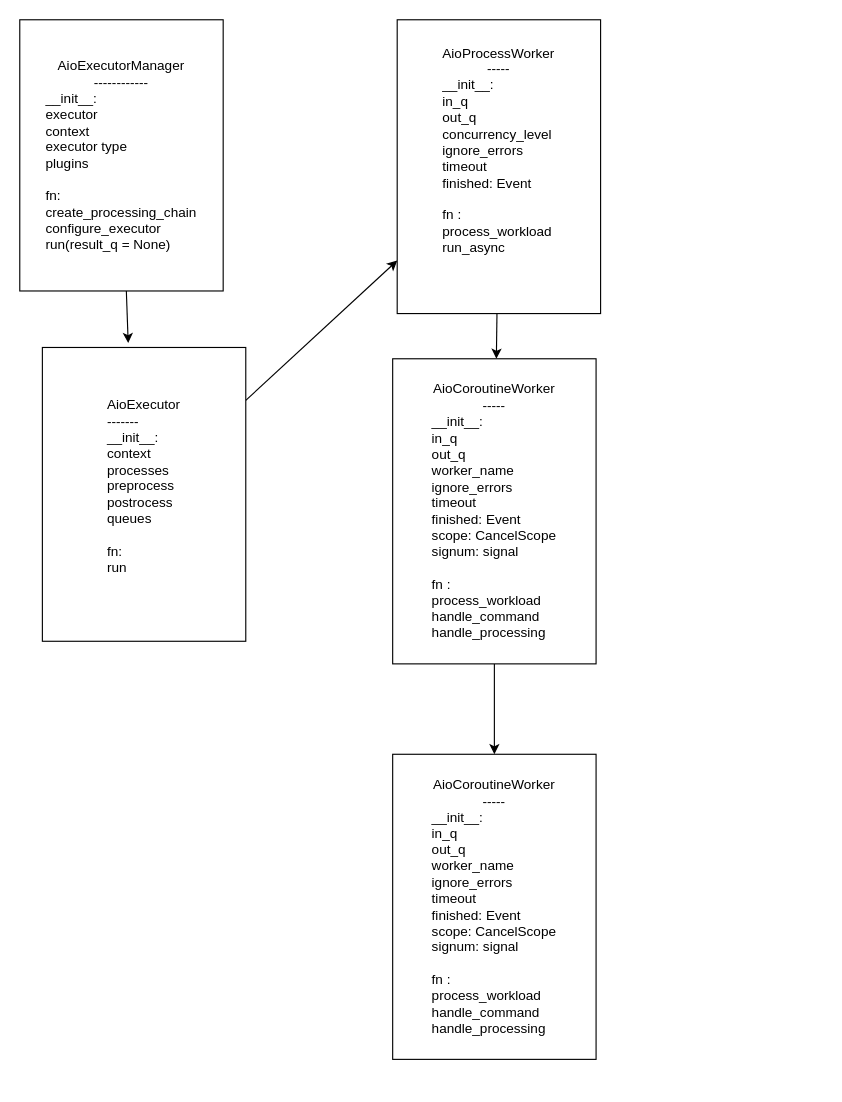
rostykob/concurrio keeps this draw.io diagram as architechture.drawio. Above is the earlier version. Source tidied: cells renumbered, new cells numbered last; positions are measured from the earlier drawing's top-left corner, leaving out a move shared by most shapes. Both pictures are drawn from the tidied source at 113%, with x=0, y=0 at pixel (19, 19).
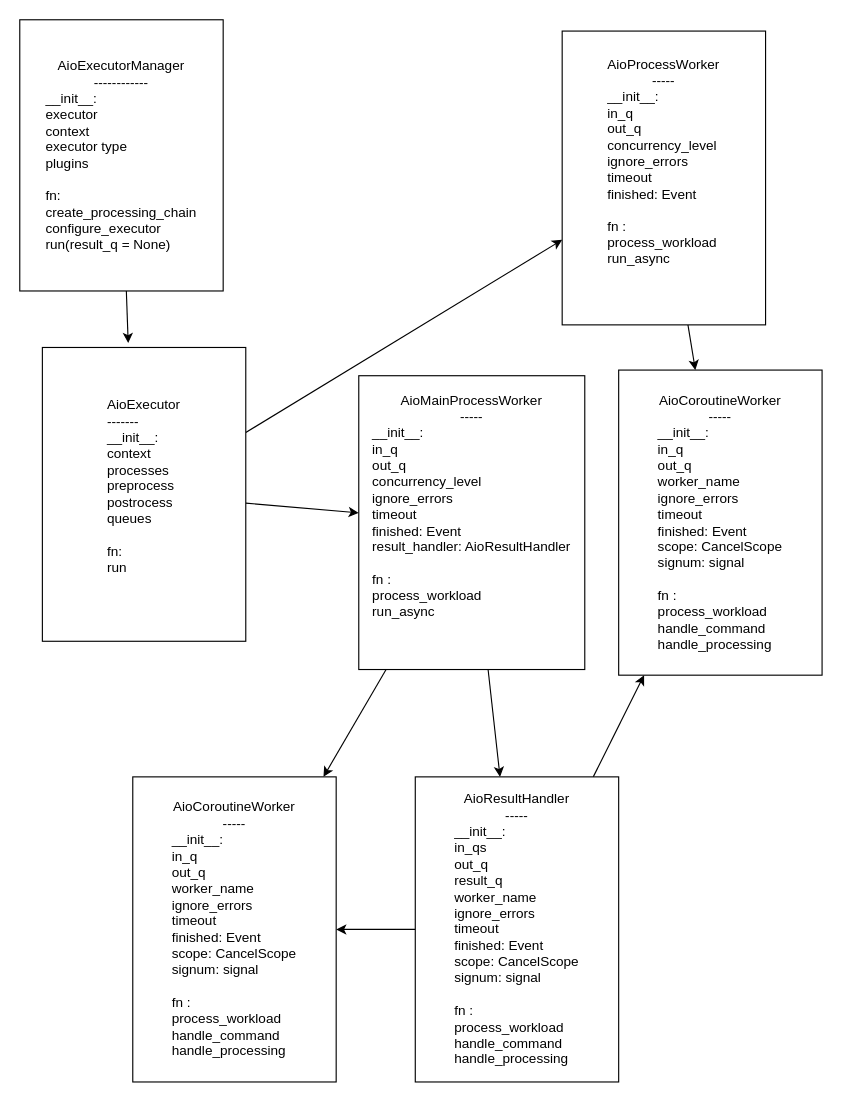
Above is the later version.

The edit, as a diff of the source:
```diff
@@
 <mxGraphModel>
   <root>
     <mxCell id="0" />
     <mxCell id="1" parent="0" />
     <mxCell id="2" style="edgeStyle=none;html=1;entryX=0.422;entryY=-0.015;entryDx=0;entryDy=0;entryPerimeter=0;" parent="1" edge="1" source="3" target="5">
       <mxGeometry relative="1" as="geometry" />
     </mxCell>
     <mxCell id="3" value="AioExecutorManager&lt;br&gt;------------&lt;br&gt;&lt;div style=&quot;text-align: left&quot;&gt;__init__:&lt;/div&gt;&lt;div style=&quot;text-align: left&quot;&gt;executor&lt;/div&gt;&lt;div style=&quot;text-align: left&quot;&gt;context&lt;/div&gt;&lt;div style=&quot;text-align: left&quot;&gt;executor type&lt;/div&gt;&lt;div style=&quot;text-align: left&quot;&gt;plugins&lt;/div&gt;&lt;div style=&quot;text-align: left&quot;&gt;&lt;br&gt;&lt;/div&gt;&lt;div style=&quot;text-align: left&quot;&gt;fn:&lt;/div&gt;&lt;div style=&quot;text-align: left&quot;&gt;create_processing_chain&lt;/div&gt;&lt;div style=&quot;text-align: left&quot;&gt;configure_executor&lt;/div&gt;&lt;div style=&quot;text-align: left&quot;&gt;run(result_q = None)&lt;/div&gt;" style="rounded=0;whiteSpace=wrap;html=1;" parent="1" vertex="1">
       <mxGeometry width="180" height="240" as="geometry" />
     </mxCell>
     <mxCell id="4" style="edgeStyle=none;html=1;" parent="1" edge="1" source="5" target="7">
       <mxGeometry relative="1" as="geometry" />
     </mxCell>
+    <mxCell id="11" style="edgeStyle=none;html=1;" parent="1" edge="1" source="5" target="14">
+      <mxGeometry relative="1" as="geometry" />
+    </mxCell>
     <mxCell id="5" value="&lt;div style=&quot;text-align: left&quot;&gt;&lt;span&gt;AioExecutor&lt;/span&gt;&lt;/div&gt;&lt;div style=&quot;text-align: left&quot;&gt;&lt;span&gt;-------&lt;/span&gt;&lt;/div&gt;&lt;div style=&quot;text-align: left&quot;&gt;&lt;span&gt;__init__:&lt;/span&gt;&lt;/div&gt;&lt;div style=&quot;text-align: left&quot;&gt;&lt;span&gt;context&lt;/span&gt;&lt;/div&gt;&lt;div style=&quot;text-align: left&quot;&gt;&lt;span&gt;processes&lt;/span&gt;&lt;/div&gt;&lt;div style=&quot;text-align: left&quot;&gt;&lt;span&gt;preprocess&lt;/span&gt;&lt;/div&gt;&lt;div style=&quot;text-align: left&quot;&gt;&lt;span&gt;postrocess&lt;/span&gt;&lt;/div&gt;&lt;div style=&quot;text-align: left&quot;&gt;queues&lt;/div&gt;&lt;div style=&quot;text-align: left&quot;&gt;&lt;br&gt;&lt;/div&gt;&lt;div style=&quot;text-align: left&quot;&gt;fn:&lt;/div&gt;&lt;div style=&quot;text-align: left&quot;&gt;run&lt;/div&gt;&lt;div style=&quot;text-align: left&quot;&gt;&lt;span&gt;&lt;br&gt;&lt;/span&gt;&lt;/div&gt;" style="rounded=0;whiteSpace=wrap;html=1;align=center;" parent="1" vertex="1">
       <mxGeometry x="20" y="290" width="180" height="260" as="geometry" />
     </mxCell>
     <mxCell id="6" style="edgeStyle=none;html=1;" parent="1" edge="1" source="7" target="9">
       <mxGeometry relative="1" as="geometry" />
     </mxCell>
     <mxCell id="7" value="AioProcessWorker&lt;br&gt;-----&lt;br&gt;&lt;div style=&quot;text-align: left&quot;&gt;__init__:&lt;/div&gt;&lt;div style=&quot;text-align: left&quot;&gt;in_q&lt;/div&gt;&lt;div style=&quot;text-align: left&quot;&gt;out_q&lt;/div&gt;&lt;div style=&quot;text-align: left&quot;&gt;concurrency_level&lt;/div&gt;&lt;div style=&quot;text-align: left&quot;&gt;ignore_errors&lt;/div&gt;&lt;div style=&quot;text-align: left&quot;&gt;timeout&lt;/div&gt;&lt;div style=&quot;text-align: left&quot;&gt;finished: Event&lt;/div&gt;&lt;div style=&quot;text-align: left&quot;&gt;&lt;br&gt;&lt;/div&gt;&lt;div style=&quot;text-align: left&quot;&gt;fn :&lt;/div&gt;&lt;div style=&quot;text-align: left&quot;&gt;process_workload&lt;/div&gt;&lt;div style=&quot;text-align: left&quot;&gt;run_async&lt;/div&gt;&lt;div style=&quot;text-align: left&quot;&gt;&lt;br&gt;&lt;/div&gt;&lt;div style=&quot;text-align: left&quot;&gt;&lt;br&gt;&lt;/div&gt;" style="rounded=0;whiteSpace=wrap;html=1;align=center;" parent="1" vertex="1">
-      <mxGeometry x="334" width="180" height="260" as="geometry" />
+      <mxGeometry x="480" y="10" width="180" height="260" as="geometry" />
     </mxCell>
-    <mxCell id="8" style="edgeStyle=none;html=1;" parent="1" edge="1" source="9" target="10">
-      <mxGeometry relative="1" as="geometry" />
-    </mxCell>
     <mxCell id="9" value="AioCoroutineWorker&lt;br&gt;-----&lt;br&gt;&lt;div style=&quot;text-align: left&quot;&gt;__init__:&lt;/div&gt;&lt;div style=&quot;text-align: left&quot;&gt;in_q&lt;/div&gt;&lt;div style=&quot;text-align: left&quot;&gt;out_q&lt;/div&gt;&lt;div style=&quot;text-align: left&quot;&gt;worker_name&lt;/div&gt;&lt;div style=&quot;text-align: left&quot;&gt;ignore_errors&lt;/div&gt;&lt;div style=&quot;text-align: left&quot;&gt;timeout&lt;/div&gt;&lt;div style=&quot;text-align: left&quot;&gt;finished: Event&lt;/div&gt;&lt;div style=&quot;text-align: left&quot;&gt;scope: CancelScope&lt;/div&gt;&lt;div style=&quot;text-align: left&quot;&gt;signum: signal&lt;/div&gt;&lt;div style=&quot;text-align: left&quot;&gt;&lt;br&gt;&lt;/div&gt;&lt;div style=&quot;text-align: left&quot;&gt;fn :&lt;/div&gt;&lt;div style=&quot;text-align: left&quot;&gt;process_workload&lt;/div&gt;&lt;div style=&quot;text-align: left&quot;&gt;handle_command&lt;/div&gt;&lt;div style=&quot;text-align: left&quot;&gt;handle_processing&lt;/div&gt;" style="rounded=0;whiteSpace=wrap;html=1;align=center;" parent="1" vertex="1">
-      <mxGeometry x="330" y="300" width="180" height="270" as="geometry" />
+      <mxGeometry x="530" y="310" width="180" height="270" as="geometry" />
     </mxCell>
+    <mxCell id="12" style="edgeStyle=none;html=1;" parent="1" edge="1" source="14" target="17">
+      <mxGeometry relative="1" as="geometry" />
+    </mxCell>
+    <mxCell id="13" style="edgeStyle=none;html=1;" parent="1" edge="1" source="14" target="10">
+      <mxGeometry relative="1" as="geometry" />
+    </mxCell>
+    <mxCell id="14" value="AioMainProcessWorker&lt;br&gt;-----&lt;br&gt;&lt;div style=&quot;text-align: left&quot;&gt;__init__:&lt;/div&gt;&lt;div style=&quot;text-align: left&quot;&gt;in_q&lt;/div&gt;&lt;div style=&quot;text-align: left&quot;&gt;out_q&lt;/div&gt;&lt;div style=&quot;text-align: left&quot;&gt;concurrency_level&lt;/div&gt;&lt;div style=&quot;text-align: left&quot;&gt;ignore_errors&lt;/div&gt;&lt;div style=&quot;text-align: left&quot;&gt;timeout&lt;/div&gt;&lt;div style=&quot;text-align: left&quot;&gt;finished: Event&lt;/div&gt;&lt;div style=&quot;text-align: left&quot;&gt;result_handler: AioResultHandler&lt;/div&gt;&lt;div style=&quot;text-align: left&quot;&gt;&lt;br&gt;&lt;/div&gt;&lt;div style=&quot;text-align: left&quot;&gt;fn :&lt;/div&gt;&lt;div style=&quot;text-align: left&quot;&gt;process_workload&lt;/div&gt;&lt;div style=&quot;text-align: left&quot;&gt;run_async&lt;/div&gt;&lt;div style=&quot;text-align: left&quot;&gt;&lt;br&gt;&lt;/div&gt;&lt;div style=&quot;text-align: left&quot;&gt;&lt;br&gt;&lt;/div&gt;" style="rounded=0;whiteSpace=wrap;html=1;align=center;" parent="1" vertex="1">
+      <mxGeometry x="300" y="315" width="200" height="260" as="geometry" />
+    </mxCell>
+    <mxCell id="15" style="edgeStyle=none;html=1;" parent="1" edge="1" source="17" target="10">
+      <mxGeometry relative="1" as="geometry" />
+    </mxCell>
+    <mxCell id="16" style="edgeStyle=none;html=1;" parent="1" edge="1" source="17" target="9">
+      <mxGeometry relative="1" as="geometry" />
+    </mxCell>
+    <mxCell id="17" value="AioResultHandler&lt;br&gt;-----&lt;br&gt;&lt;div style=&quot;text-align: left&quot;&gt;__init__:&lt;/div&gt;&lt;div style=&quot;text-align: left&quot;&gt;in_qs&lt;/div&gt;&lt;div style=&quot;text-align: left&quot;&gt;out_q&lt;/div&gt;&lt;div style=&quot;text-align: left&quot;&gt;result_q&lt;/div&gt;&lt;div style=&quot;text-align: left&quot;&gt;worker_name&lt;/div&gt;&lt;div style=&quot;text-align: left&quot;&gt;ignore_errors&lt;/div&gt;&lt;div style=&quot;text-align: left&quot;&gt;timeout&lt;/div&gt;&lt;div style=&quot;text-align: left&quot;&gt;finished: Event&lt;/div&gt;&lt;div style=&quot;text-align: left&quot;&gt;scope: CancelScope&lt;/div&gt;&lt;div style=&quot;text-align: left&quot;&gt;signum: signal&lt;/div&gt;&lt;div style=&quot;text-align: left&quot;&gt;&lt;br&gt;&lt;/div&gt;&lt;div style=&quot;text-align: left&quot;&gt;fn :&lt;/div&gt;&lt;div style=&quot;text-align: left&quot;&gt;process_workload&lt;/div&gt;&lt;div style=&quot;text-align: left&quot;&gt;handle_command&lt;/div&gt;&lt;div style=&quot;text-align: left&quot;&gt;handle_processing&lt;/div&gt;" style="rounded=0;whiteSpace=wrap;html=1;align=center;" parent="1" vertex="1">
+      <mxGeometry x="350" y="670" width="180" height="270" as="geometry" />
+    </mxCell>
     <mxCell id="10" value="AioCoroutineWorker&lt;br&gt;-----&lt;br&gt;&lt;div style=&quot;text-align: left&quot;&gt;__init__:&lt;/div&gt;&lt;div style=&quot;text-align: left&quot;&gt;in_q&lt;/div&gt;&lt;div style=&quot;text-align: left&quot;&gt;out_q&lt;/div&gt;&lt;div style=&quot;text-align: left&quot;&gt;worker_name&lt;/div&gt;&lt;div style=&quot;text-align: left&quot;&gt;ignore_errors&lt;/div&gt;&lt;div style=&quot;text-align: left&quot;&gt;timeout&lt;/div&gt;&lt;div style=&quot;text-align: left&quot;&gt;finished: Event&lt;/div&gt;&lt;div style=&quot;text-align: left&quot;&gt;scope: CancelScope&lt;/div&gt;&lt;div style=&quot;text-align: left&quot;&gt;signum: signal&lt;/div&gt;&lt;div style=&quot;text-align: left&quot;&gt;&lt;br&gt;&lt;/div&gt;&lt;div style=&quot;text-align: left&quot;&gt;fn :&lt;/div&gt;&lt;div style=&quot;text-align: left&quot;&gt;process_workload&lt;/div&gt;&lt;div style=&quot;text-align: left&quot;&gt;handle_command&lt;/div&gt;&lt;div style=&quot;text-align: left&quot;&gt;handle_processing&lt;/div&gt;" style="rounded=0;whiteSpace=wrap;html=1;align=center;" parent="1" vertex="1">
-      <mxGeometry x="330" y="650" width="180" height="270" as="geometry" />
+      <mxGeometry x="100" y="670" width="180" height="270" as="geometry" />
     </mxCell>
   </root>
 </mxGraphModel>
```
